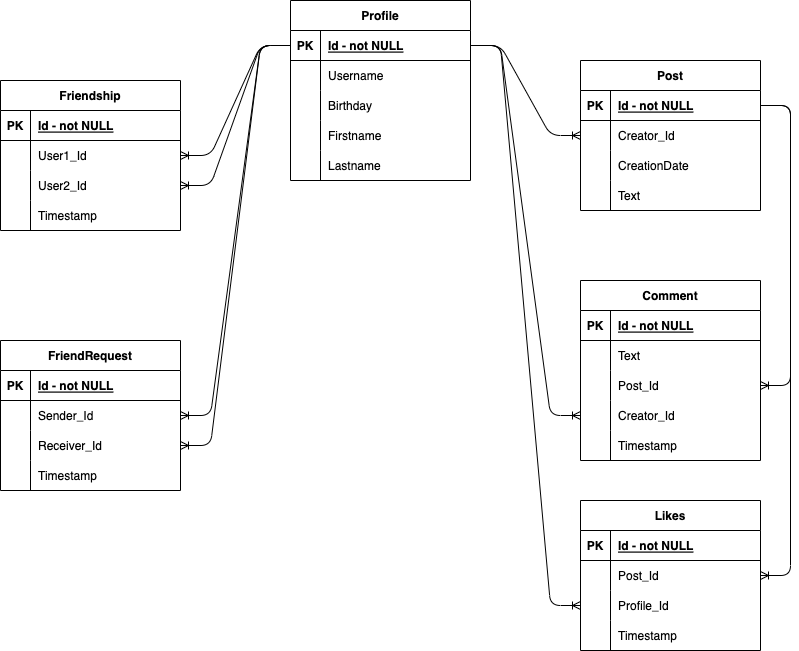
This is diagramm.drawio.png from gabrabib/DataApps, a draw.io export, as it was before one commit. Source tidied: cells renumbered, new cells last; positions are measured from the earlier drawing's top-left corner, leaving out a move shared by most shapes.
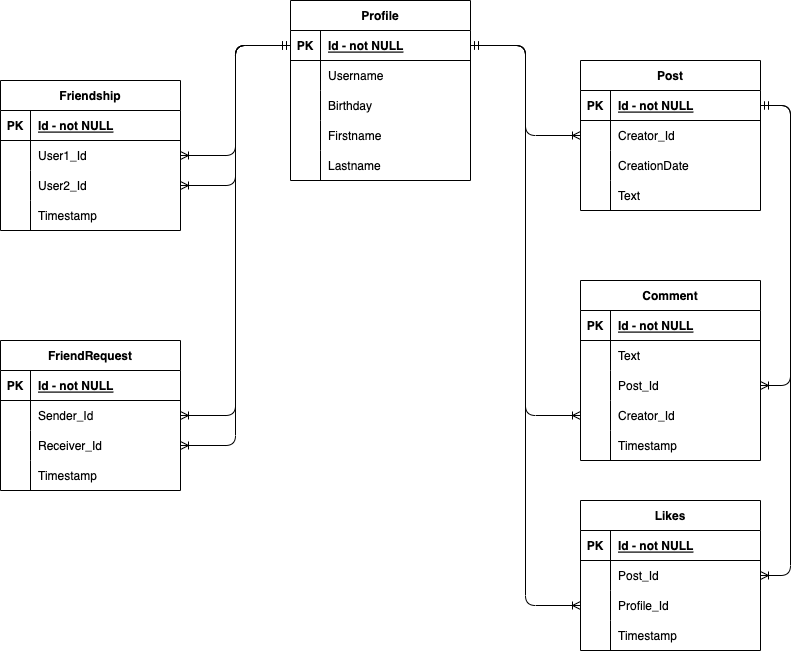
The same diagram one commit later.

What changed in the source:
```diff
@@ -254,32 +254,42 @@
     <mxCell id="85" value="Text" style="shape=partialRectangle;fillColor=none;top=0;left=0;bottom=0;right=0;align=left;spacingLeft=6;overflow=hidden;" parent="83" vertex="1">
       <mxGeometry x="30" width="150" height="30" as="geometry" />
     </mxCell>
-    <mxCell id="86" style="edgeStyle=entityRelationEdgeStyle;fontSize=12;html=1;endArrow=ERoneToMany;exitX=0;exitY=0.5;exitDx=0;exitDy=0;entryX=1;entryY=0.5;entryDx=0;entryDy=0;" parent="1" edge="1" source="3" target="22">
+    <mxCell id="86" style="edgeStyle=orthogonalEdgeStyle;fontSize=12;html=1;endArrow=ERoneToMany;exitX=0;exitY=0.5;exitDx=0;exitDy=0;entryX=1;entryY=0.5;entryDx=0;entryDy=0;startArrow=ERmandOne;startFill=0;" parent="1" edge="1" source="3" target="22">
       <mxGeometry relative="1" as="geometry" />
     </mxCell>
-    <mxCell id="87" style="edgeStyle=entityRelationEdgeStyle;fontSize=12;html=1;endArrow=ERoneToMany;exitX=0;exitY=0.5;exitDx=0;exitDy=0;entryX=1;entryY=0.5;entryDx=0;entryDy=0;" parent="1" edge="1" source="3" target="25">
+    <mxCell id="87" style="edgeStyle=orthogonalEdgeStyle;fontSize=12;html=1;endArrow=ERoneToMany;exitX=0;exitY=0.5;exitDx=0;exitDy=0;entryX=1;entryY=0.5;entryDx=0;entryDy=0;startArrow=ERmandOne;startFill=0;" parent="1" edge="1" source="3" target="25">
       <mxGeometry relative="1" as="geometry" />
     </mxCell>
-    <mxCell id="88" style="edgeStyle=entityRelationEdgeStyle;fontSize=12;html=1;endArrow=ERoneToMany;exitX=0;exitY=0.5;exitDx=0;exitDy=0;entryX=1;entryY=0.5;entryDx=0;entryDy=0;" parent="1" edge="1" source="3" target="35">
+    <mxCell id="88" style="edgeStyle=orthogonalEdgeStyle;fontSize=12;html=1;endArrow=ERoneToMany;exitX=0;exitY=0.5;exitDx=0;exitDy=0;entryX=1;entryY=0.5;entryDx=0;entryDy=0;startArrow=ERmandOne;startFill=0;" parent="1" edge="1" source="3" target="35">
       <mxGeometry relative="1" as="geometry" />
     </mxCell>
-    <mxCell id="89" style="edgeStyle=entityRelationEdgeStyle;fontSize=12;html=1;endArrow=ERoneToMany;exitX=0;exitY=0.5;exitDx=0;exitDy=0;entryX=1;entryY=0.5;entryDx=0;entryDy=0;" parent="1" edge="1" source="3" target="38">
+    <mxCell id="89" style="edgeStyle=orthogonalEdgeStyle;fontSize=12;html=1;endArrow=ERoneToMany;exitX=0;exitY=0.5;exitDx=0;exitDy=0;entryX=1;entryY=0.5;entryDx=0;entryDy=0;startArrow=ERmandOne;startFill=0;" parent="1" edge="1" source="3" target="38">
       <mxGeometry relative="1" as="geometry" />
     </mxCell>
-    <mxCell id="90" style="edgeStyle=entityRelationEdgeStyle;fontSize=12;html=1;endArrow=ERoneToMany;exitX=1;exitY=0.5;exitDx=0;exitDy=0;entryX=0;entryY=0.5;entryDx=0;entryDy=0;" parent="1" edge="1" source="3" target="54">
+    <mxCell id="90" style="edgeStyle=orthogonalEdgeStyle;fontSize=12;html=1;endArrow=ERoneToMany;exitX=1;exitY=0.5;exitDx=0;exitDy=0;entryX=0;entryY=0.5;entryDx=0;entryDy=0;startArrow=ERmandOne;startFill=0;" parent="1" edge="1" source="3" target="54">
       <mxGeometry relative="1" as="geometry" />
     </mxCell>
-    <mxCell id="91" style="edgeStyle=entityRelationEdgeStyle;fontSize=12;html=1;endArrow=ERoneToMany;exitX=1;exitY=0.5;exitDx=0;exitDy=0;entryX=0;entryY=0.5;entryDx=0;entryDy=0;" parent="1" edge="1" source="3" target="67">
+    <mxCell id="91" style="edgeStyle=orthogonalEdgeStyle;fontSize=12;html=1;endArrow=ERoneToMany;exitX=1;exitY=0.5;exitDx=0;exitDy=0;entryX=0;entryY=0.5;entryDx=0;entryDy=0;startArrow=ERmandOne;startFill=0;" parent="1" edge="1" source="3" target="67">
       <mxGeometry relative="1" as="geometry" />
     </mxCell>
-    <mxCell id="92" style="edgeStyle=entityRelationEdgeStyle;fontSize=12;html=1;endArrow=ERoneToMany;exitX=1;exitY=0.5;exitDx=0;exitDy=0;entryX=0;entryY=0.5;entryDx=0;entryDy=0;" parent="1" edge="1" source="3" target="77">
+    <mxCell id="92" style="edgeStyle=elbowEdgeStyle;fontSize=12;html=1;endArrow=ERoneToMany;exitX=1;exitY=0.5;exitDx=0;exitDy=0;entryX=0;entryY=0.5;entryDx=0;entryDy=0;startArrow=ERmandOne;startFill=0;" parent="1" edge="1" source="3" target="77">
       <mxGeometry relative="1" as="geometry" />
     </mxCell>
-    <mxCell id="93" style="edgeStyle=entityRelationEdgeStyle;fontSize=12;html=1;endArrow=ERoneToMany;exitX=1;exitY=0.5;exitDx=0;exitDy=0;entryX=1;entryY=0.5;entryDx=0;entryDy=0;" parent="1" edge="1" source="74" target="64">
-      <mxGeometry relative="1" as="geometry" />
+    <mxCell id="93" style="edgeStyle=orthogonalEdgeStyle;fontSize=12;html=1;endArrow=ERoneToMany;exitX=1;exitY=0.5;exitDx=0;exitDy=0;entryX=1;entryY=0.5;entryDx=0;entryDy=0;startArrow=ERmandOne;startFill=0;" parent="1" edge="1" source="74" target="64">
+      <mxGeometry relative="1" as="geometry">
+        <Array as="points">
+          <mxPoint x="790" y="105" />
+          <mxPoint x="790" y="575" />
+        </Array>
+      </mxGeometry>
     </mxCell>
-    <mxCell id="94" style="edgeStyle=entityRelationEdgeStyle;fontSize=12;html=1;endArrow=ERoneToMany;exitX=1;exitY=0.5;exitDx=0;exitDy=0;entryX=1;entryY=0.5;entryDx=0;entryDy=0;" parent="1" edge="1" source="74" target="51">
-      <mxGeometry relative="1" as="geometry" />
+    <mxCell id="94" style="edgeStyle=orthogonalEdgeStyle;fontSize=12;html=1;endArrow=ERoneToMany;exitX=1;exitY=0.5;exitDx=0;exitDy=0;entryX=1;entryY=0.5;entryDx=0;entryDy=0;startArrow=ERmandOne;startFill=0;" parent="1" edge="1" source="74" target="51">
+      <mxGeometry relative="1" as="geometry">
+        <Array as="points">
+          <mxPoint x="790" y="105" />
+          <mxPoint x="790" y="385" />
+        </Array>
+      </mxGeometry>
     </mxCell>
   </root>
 </mxGraphModel>
```
